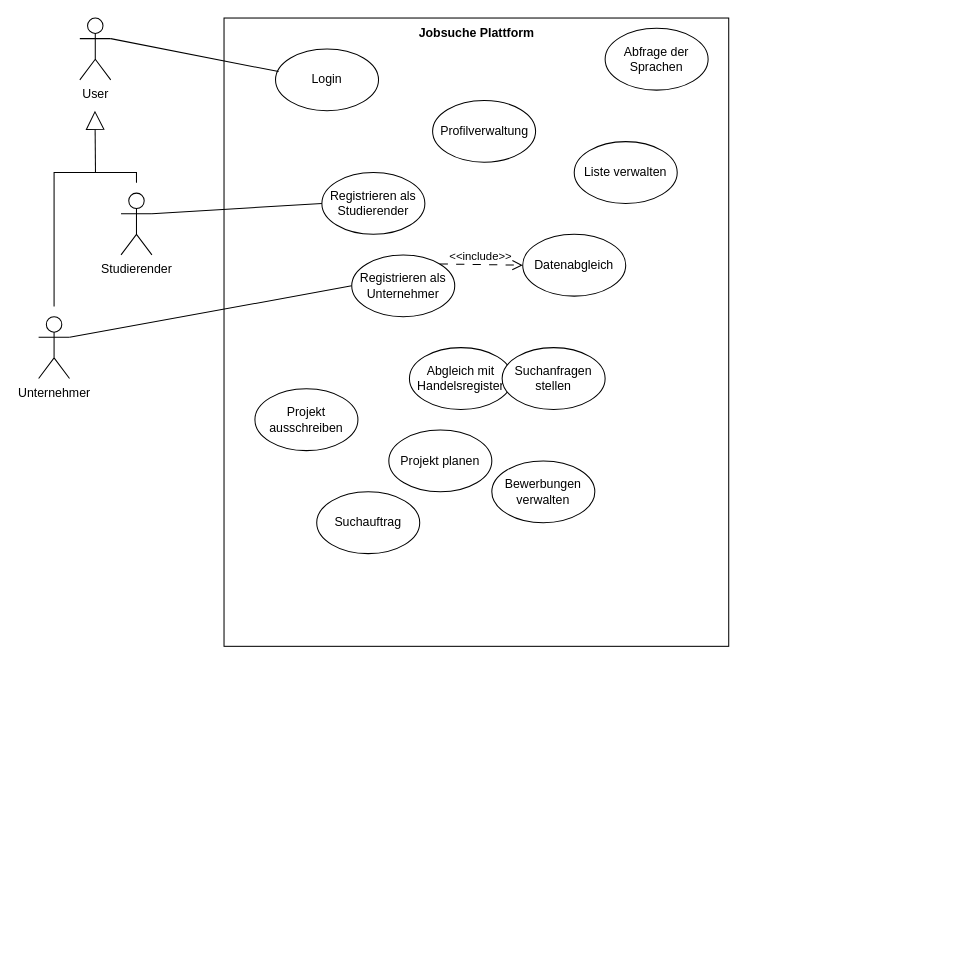
Above: Uebung5/Use-Case_Martin.drawio in Software-Engineering-Team-HBRS/uebungsaufgaben (draw.io), before the change. Source tidied: cells renumbered, new cells numbered last; positions are measured from the earlier drawing's top-left corner, leaving out a move shared by most shapes. Both pictures are drawn from the tidied source at 103%, with x=0, y=0 at pixel (38, 18).
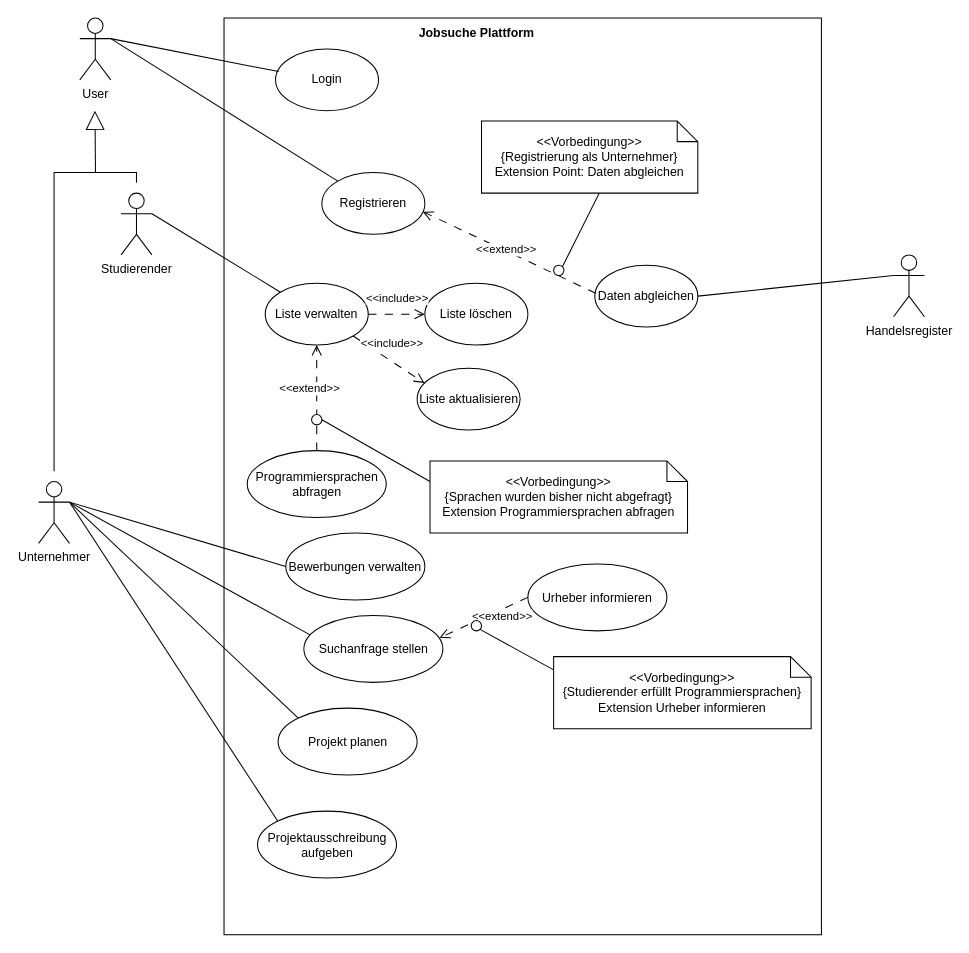
Above is the later version.

The change refers to these unchanged cells:
```xml
<mxCell id="4" value="Studierender" style="shape=umlActor;verticalLabelPosition=bottom;verticalAlign=top;html=1;outlineConnect=0;" parent="1" vertex="1">
  <mxGeometry x="80" y="170" width="30" height="60" as="geometry" />
</mxCell>
```

What changed in the source:
```diff
@@
     <mxCell id="2" style="rounded=0;whiteSpace=wrap;html=1;" parent="1" vertex="1">
-      <mxGeometry x="180" width="490" height="610" as="geometry" />
+      <mxGeometry x="180" width="580" height="890" as="geometry" />
     </mxCell>
@@
     <mxCell id="5" style="edgeStyle=orthogonalEdgeStyle;rounded=0;orthogonalLoop=1;jettySize=auto;html=1;endArrow=none;endFill=1;startArrow=none;startFill=0;" parent="1" edge="1">
       <mxGeometry relative="1" as="geometry">
-        <mxPoint x="15" y="280" as="sourcePoint" />
+        <mxPoint x="15" y="440" as="sourcePoint" />
         <mxPoint x="95" y="160" as="targetPoint" />
         <Array as="points">
           <mxPoint x="15" y="150" />
           <mxPoint x="95" y="150" />
         </Array>
       </mxGeometry>
     </mxCell>
     <mxCell id="6" value="Unternehmer" style="shape=umlActor;verticalLabelPosition=bottom;verticalAlign=top;html=1;outlineConnect=0;" parent="1" vertex="1">
-      <mxGeometry y="290" width="30" height="60" as="geometry" />
+      <mxGeometry y="450" width="30" height="60" as="geometry" />
     </mxCell>
@@
-    <mxCell id="11" value="Registrieren als Studierender" style="ellipse;whiteSpace=wrap;html=1;" parent="1" vertex="1">
+    <mxCell id="11" value="Registrieren" style="ellipse;whiteSpace=wrap;html=1;" parent="1" vertex="1">
       <mxGeometry x="275" y="150" width="100" height="60" as="geometry" />
     </mxCell>
-    <mxCell id="12" value="Projekt planen" style="ellipse;whiteSpace=wrap;html=1;" parent="1" vertex="1">
-      <mxGeometry x="340" y="400" width="100" height="60" as="geometry" />
-    </mxCell>
-    <mxCell id="13" value="Suchauftrag" style="ellipse;whiteSpace=wrap;html=1;" parent="1" vertex="1">
-      <mxGeometry x="270" y="460" width="100" height="60" as="geometry" />
-    </mxCell>
-    <mxCell id="14" value="Abgleich mit Handelsregister" style="ellipse;whiteSpace=wrap;html=1;" parent="1" vertex="1">
-      <mxGeometry x="360" y="320" width="100" height="60" as="geometry" />
-    </mxCell>
-    <mxCell id="15" value="Profilverwaltung" style="ellipse;whiteSpace=wrap;html=1;" parent="1" vertex="1">
-      <mxGeometry x="382.5" y="80" width="100" height="60" as="geometry" />
-    </mxCell>
-    <mxCell id="16" value="Abfrage der Sprachen" style="ellipse;whiteSpace=wrap;html=1;" parent="1" vertex="1">
-      <mxGeometry x="550" y="10" width="100" height="60" as="geometry" />
-    </mxCell>
-    <mxCell id="17" value="Liste verwalten" style="ellipse;whiteSpace=wrap;html=1;" parent="1" vertex="1">
-      <mxGeometry x="520" y="120" width="100" height="60" as="geometry" />
-    </mxCell>
-    <mxCell id="18" value="Projekt ausschreiben" style="ellipse;whiteSpace=wrap;html=1;" parent="1" vertex="1">
-      <mxGeometry x="210" y="360" width="100" height="60" as="geometry" />
-    </mxCell>
-    <mxCell id="19" value="Suchanfragen stellen" style="ellipse;whiteSpace=wrap;html=1;" parent="1" vertex="1">
-      <mxGeometry x="450" y="320" width="100" height="60" as="geometry" />
-    </mxCell>
-    <mxCell id="20" value="Bewerbungen verwalten" style="ellipse;whiteSpace=wrap;html=1;" parent="1" vertex="1">
-      <mxGeometry x="440" y="430" width="100" height="60" as="geometry" />
-    </mxCell>
-    <mxCell id="21" style="endArrow=none;html=1;rounded=0;entryX=0;entryY=0.5;entryDx=0;entryDy=0;exitX=1;exitY=0.3333333333333333;exitDx=0;exitDy=0;exitPerimeter=0;" parent="1" edge="1" source="4" target="11">
-      <mxGeometry relative="1" as="geometry" />
-    </mxCell>
-    <mxCell id="22" style="endArrow=none;html=1;rounded=0;entryX=0;entryY=0.5;entryDx=0;entryDy=0;exitX=1;exitY=0.3333333333333333;exitDx=0;exitDy=0;exitPerimeter=0;" parent="1" edge="1" source="6" target="23">
-      <mxGeometry relative="1" as="geometry" />
+    <mxCell id="22" style="endArrow=none;html=1;rounded=0;" parent="1" edge="1" target="11">
+      <mxGeometry relative="1" as="geometry">
+        <mxPoint x="70" y="20" as="sourcePoint" />
+      </mxGeometry>
     </mxCell>
-    <mxCell id="23" value="Registrieren als Unternehmer" style="ellipse;whiteSpace=wrap;html=1;" parent="1" vertex="1">
-      <mxGeometry x="304" y="230" width="100" height="60" as="geometry" />
-    </mxCell>
-    <mxCell id="24" value="Datenabgleich" style="ellipse;whiteSpace=wrap;html=1;" parent="1" vertex="1">
-      <mxGeometry x="470" y="210" width="100" height="60" as="geometry" />
+    <mxCell id="24" value="Daten abgleichen" style="ellipse;whiteSpace=wrap;html=1;" parent="1" vertex="1">
+      <mxGeometry x="540" y="240" width="100" height="60" as="geometry" />
     </mxCell>
-    <mxCell id="25" value="&amp;lt;&amp;lt;include&amp;gt;&amp;gt;" style="html=1;verticalAlign=bottom;endArrow=open;dashed=1;endSize=8;curved=0;rounded=0;entryX=0;entryY=0.5;entryDx=0;entryDy=0;exitX=1;exitY=0;exitDx=0;exitDy=0;dashPattern=8 8;" parent="1" edge="1" source="23" target="24">
-      <mxGeometry x="0.01" y="-1" relative="1" as="geometry">
-        <mxPoint x="-1" as="offset" />
-      </mxGeometry>
+    <mxCell id="25" value="&amp;lt;&amp;lt;extend&amp;gt;&amp;gt;" style="html=1;verticalAlign=bottom;endArrow=open;dashed=1;endSize=8;curved=0;rounded=0;dashPattern=8 8;exitX=0.008;exitY=0.453;exitDx=0;exitDy=0;exitPerimeter=0;entryX=0.98;entryY=0.633;entryDx=0;entryDy=0;entryPerimeter=0;" parent="1" edge="1" source="24" target="11">
+      <mxGeometry y="7" relative="1" as="geometry" />
     </mxCell>
+    <mxCell id="26" value="&amp;lt;&amp;lt;Vorbedingung&amp;gt;&amp;gt;&lt;div&gt;{Registrierung als Unternehmer}&lt;/div&gt;&lt;div&gt;Extension Point: Daten abgleichen&lt;/div&gt;" style="shape=note;size=20;whiteSpace=wrap;html=1;" parent="1" vertex="1">
+      <mxGeometry x="430" y="100" width="210" height="70" as="geometry" />
+    </mxCell>
+    <mxCell id="27" style="ellipse;whiteSpace=wrap;html=1;" parent="1" vertex="1">
+      <mxGeometry x="500" y="240" width="10" height="10" as="geometry" />
+    </mxCell>
+    <mxCell id="28" value="Handelsregister" style="shape=umlActor;verticalLabelPosition=bottom;verticalAlign=top;html=1;outlineConnect=0;" parent="1" vertex="1">
+      <mxGeometry x="830" y="230" width="30" height="60" as="geometry" />
+    </mxCell>
+    <mxCell id="29" style="endArrow=none;html=1;rounded=0;entryX=0;entryY=0.3333333333333333;entryDx=0;entryDy=0;entryPerimeter=0;exitX=1;exitY=0.5;exitDx=0;exitDy=0;" parent="1" edge="1" source="24" target="28">
+      <mxGeometry relative="1" as="geometry" />
+    </mxCell>
+    <mxCell id="17" value="Liste verwalten" style="ellipse;whiteSpace=wrap;html=1;" parent="1" vertex="1">
+      <mxGeometry x="220" y="257.5" width="100" height="60" as="geometry" />
+    </mxCell>
+    <mxCell id="30" style="endArrow=none;html=1;rounded=0;entryX=0.544;entryY=1.002;entryDx=0;entryDy=0;entryPerimeter=0;exitX=1;exitY=0;exitDx=0;exitDy=0;" parent="1" edge="1" source="27" target="26">
+      <mxGeometry relative="1" as="geometry" />
+    </mxCell>
+    <mxCell id="31" value="Programmiersprachen abfragen" style="ellipse;whiteSpace=wrap;html=1;" parent="1" vertex="1">
+      <mxGeometry x="202.5" y="420" width="135" height="65" as="geometry" />
+    </mxCell>
+    <mxCell id="32" value="&amp;lt;&amp;lt;extend&amp;gt;&amp;gt;" style="html=1;verticalAlign=bottom;endArrow=open;dashed=1;endSize=8;curved=0;rounded=0;dashPattern=8 8;exitX=0.5;exitY=0;exitDx=0;exitDy=0;entryX=0.5;entryY=1;entryDx=0;entryDy=0;" parent="1" edge="1" source="31" target="17">
+      <mxGeometry y="7" relative="1" as="geometry" />
+    </mxCell>
+    <mxCell id="33" value="&amp;lt;&amp;lt;Vorbedingung&amp;gt;&amp;gt;&lt;div&gt;{Sprachen wurden bisher nicht abgefragt}&lt;/div&gt;&lt;div&gt;Extension&amp;nbsp;&lt;span style=&quot;background-color: transparent; color: light-dark(rgb(0, 0, 0), rgb(255, 255, 255));&quot;&gt;Programmiersprachen abfragen&lt;/span&gt;&lt;/div&gt;" style="shape=note;size=20;whiteSpace=wrap;html=1;" parent="1" vertex="1">
+      <mxGeometry x="380" y="430" width="250" height="70" as="geometry" />
+    </mxCell>
+    <mxCell id="34" style="ellipse;whiteSpace=wrap;html=1;" parent="1" vertex="1">
+      <mxGeometry x="265" y="385" width="10" height="10" as="geometry" />
+    </mxCell>
+    <mxCell id="35" style="endArrow=none;html=1;rounded=0;entryX=0;entryY=0.286;entryDx=0;entryDy=0;entryPerimeter=0;exitX=1;exitY=0.5;exitDx=0;exitDy=0;" parent="1" edge="1" source="34" target="33">
+      <mxGeometry relative="1" as="geometry" />
+    </mxCell>
+    <mxCell id="36" style="endArrow=none;html=1;rounded=0;exitX=1;exitY=0.3333333333333333;exitDx=0;exitDy=0;exitPerimeter=0;" parent="1" edge="1" source="4" target="17">
+      <mxGeometry relative="1" as="geometry" />
+    </mxCell>
+    <mxCell id="37" value="Liste aktualisieren" style="ellipse;whiteSpace=wrap;html=1;" parent="1" vertex="1">
+      <mxGeometry x="367.5" y="340" width="100" height="60" as="geometry" />
+    </mxCell>
+    <mxCell id="38" value="Liste löschen" style="ellipse;whiteSpace=wrap;html=1;" parent="1" vertex="1">
+      <mxGeometry x="375" y="257.5" width="100" height="60" as="geometry" />
+    </mxCell>
+    <mxCell id="39" value="&amp;lt;&amp;lt;include&amp;gt;&amp;gt;" style="html=1;verticalAlign=bottom;endArrow=open;dashed=1;endSize=8;curved=0;rounded=0;dashPattern=8 8;exitX=1;exitY=0.5;exitDx=0;exitDy=0;" parent="1" edge="1" source="17" target="38">
+      <mxGeometry y="7" relative="1" as="geometry" />
+    </mxCell>
+    <mxCell id="40" value="&amp;lt;&amp;lt;include&amp;gt;&amp;gt;" style="html=1;verticalAlign=bottom;endArrow=open;dashed=1;endSize=8;curved=0;rounded=0;dashPattern=8 8;exitX=1;exitY=1;exitDx=0;exitDy=0;entryX=0.071;entryY=0.239;entryDx=0;entryDy=0;entryPerimeter=0;" parent="1" edge="1" source="17" target="37">
+      <mxGeometry y="7" relative="1" as="geometry" />
+    </mxCell>
+    <mxCell id="41" value="Projektausschreibung aufgeben" style="ellipse;whiteSpace=wrap;html=1;" parent="1" vertex="1">
+      <mxGeometry x="212.5" y="770" width="135" height="65" as="geometry" />
+    </mxCell>
+    <mxCell id="42" style="endArrow=none;html=1;rounded=0;exitX=1;exitY=0.3333333333333333;exitDx=0;exitDy=0;exitPerimeter=0;entryX=0;entryY=0;entryDx=0;entryDy=0;" parent="1" edge="1" source="6" target="41">
+      <mxGeometry relative="1" as="geometry" />
+    </mxCell>
+    <mxCell id="43" value="Suchanfrage stellen" style="ellipse;whiteSpace=wrap;html=1;" parent="1" vertex="1">
+      <mxGeometry x="257.5" y="580" width="135" height="65" as="geometry" />
+    </mxCell>
+    <mxCell id="44" style="endArrow=none;html=1;rounded=0;entryX=0.045;entryY=0.291;entryDx=0;entryDy=0;entryPerimeter=0;" parent="1" edge="1" target="43">
+      <mxGeometry relative="1" as="geometry">
+        <mxPoint x="30" y="470" as="sourcePoint" />
+      </mxGeometry>
+    </mxCell>
+    <mxCell id="12" value="Projekt planen" style="ellipse;whiteSpace=wrap;html=1;" parent="1" vertex="1">
+      <mxGeometry x="232.5" y="670" width="135" height="65" as="geometry" />
+    </mxCell>
+    <mxCell id="45" value="Urheber informieren" style="ellipse;whiteSpace=wrap;html=1;" parent="1" vertex="1">
+      <mxGeometry x="475" y="530" width="135" height="65" as="geometry" />
+    </mxCell>
+    <mxCell id="46" value="&amp;lt;&amp;lt;extend&amp;gt;&amp;gt;" style="html=1;verticalAlign=bottom;endArrow=open;dashed=1;endSize=8;curved=0;rounded=0;dashPattern=8 8;exitX=0;exitY=0.5;exitDx=0;exitDy=0;entryX=0.976;entryY=0.334;entryDx=0;entryDy=0;entryPerimeter=0;" parent="1" edge="1" source="45" target="43">
+      <mxGeometry x="-0.28" y="15" relative="1" as="geometry" />
+    </mxCell>
+    <mxCell id="47" style="ellipse;whiteSpace=wrap;html=1;" parent="1" vertex="1">
+      <mxGeometry x="420" y="585" width="10" height="10" as="geometry" />
+    </mxCell>
+    <mxCell id="48" value="&amp;lt;&amp;lt;Vorbedingung&amp;gt;&amp;gt;&lt;div&gt;{Studierender erfüllt Programmiersprachen}&lt;/div&gt;&lt;div&gt;Extension&amp;nbsp;&lt;span style=&quot;background-color: transparent; color: light-dark(rgb(0, 0, 0), rgb(255, 255, 255));&quot;&gt;Urheber informieren&lt;/span&gt;&lt;/div&gt;" style="shape=note;size=20;whiteSpace=wrap;html=1;" parent="1" vertex="1">
+      <mxGeometry x="500" y="620" width="250" height="70" as="geometry" />
+    </mxCell>
+    <mxCell id="49" style="endArrow=none;html=1;rounded=0;entryX=0;entryY=0.184;entryDx=0;entryDy=0;entryPerimeter=0;exitX=1;exitY=1;exitDx=0;exitDy=0;" parent="1" edge="1" source="47" target="48">
+      <mxGeometry relative="1" as="geometry" />
+    </mxCell>
+    <mxCell id="50" style="endArrow=none;html=1;rounded=0;exitX=1;exitY=0.3333333333333333;exitDx=0;exitDy=0;exitPerimeter=0;entryX=0;entryY=0;entryDx=0;entryDy=0;" parent="1" edge="1" source="6" target="12">
+      <mxGeometry relative="1" as="geometry" />
+    </mxCell>
+    <mxCell id="20" value="Bewerbungen verwalten" style="ellipse;whiteSpace=wrap;html=1;" parent="1" vertex="1">
+      <mxGeometry x="240" y="500" width="135" height="65" as="geometry" />
+    </mxCell>
+    <mxCell id="51" style="endArrow=none;html=1;rounded=0;entryX=0;entryY=0.5;entryDx=0;entryDy=0;" parent="1" edge="1" target="20">
+      <mxGeometry relative="1" as="geometry">
+        <mxPoint x="30" y="470" as="sourcePoint" />
+      </mxGeometry>
+    </mxCell>
```
